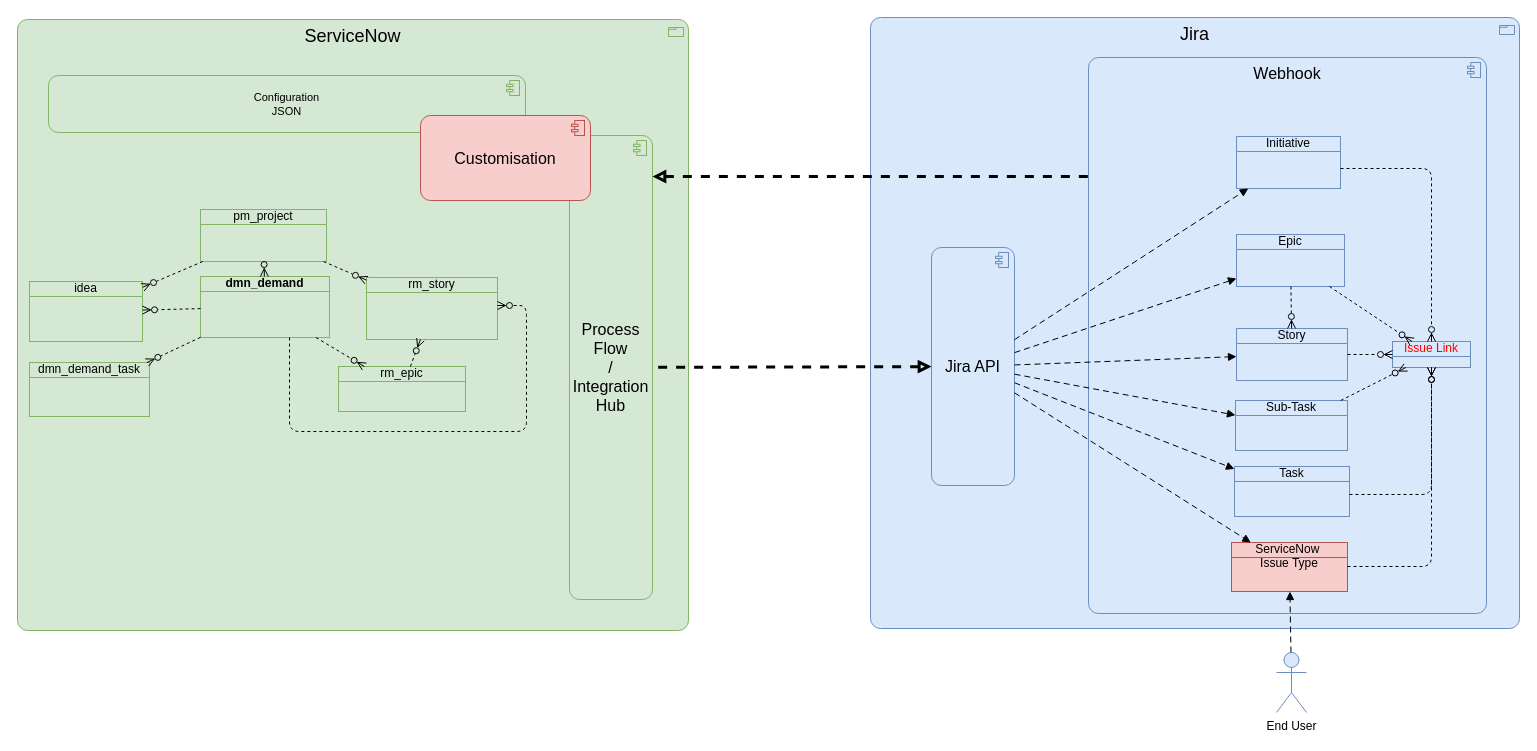
Before: page "integrationHubV2" (19 of 19) of Bosch.drawio in algimas/tmp, a draw.io diagram. Source tidied: cells renumbered, new cells numbered last; positions are measured from the earlier drawing's top-left corner, leaving out a move shared by most shapes. Both pictures are drawn from the tidied source at 100%, with x=0, y=0 at pixel (17, 17).
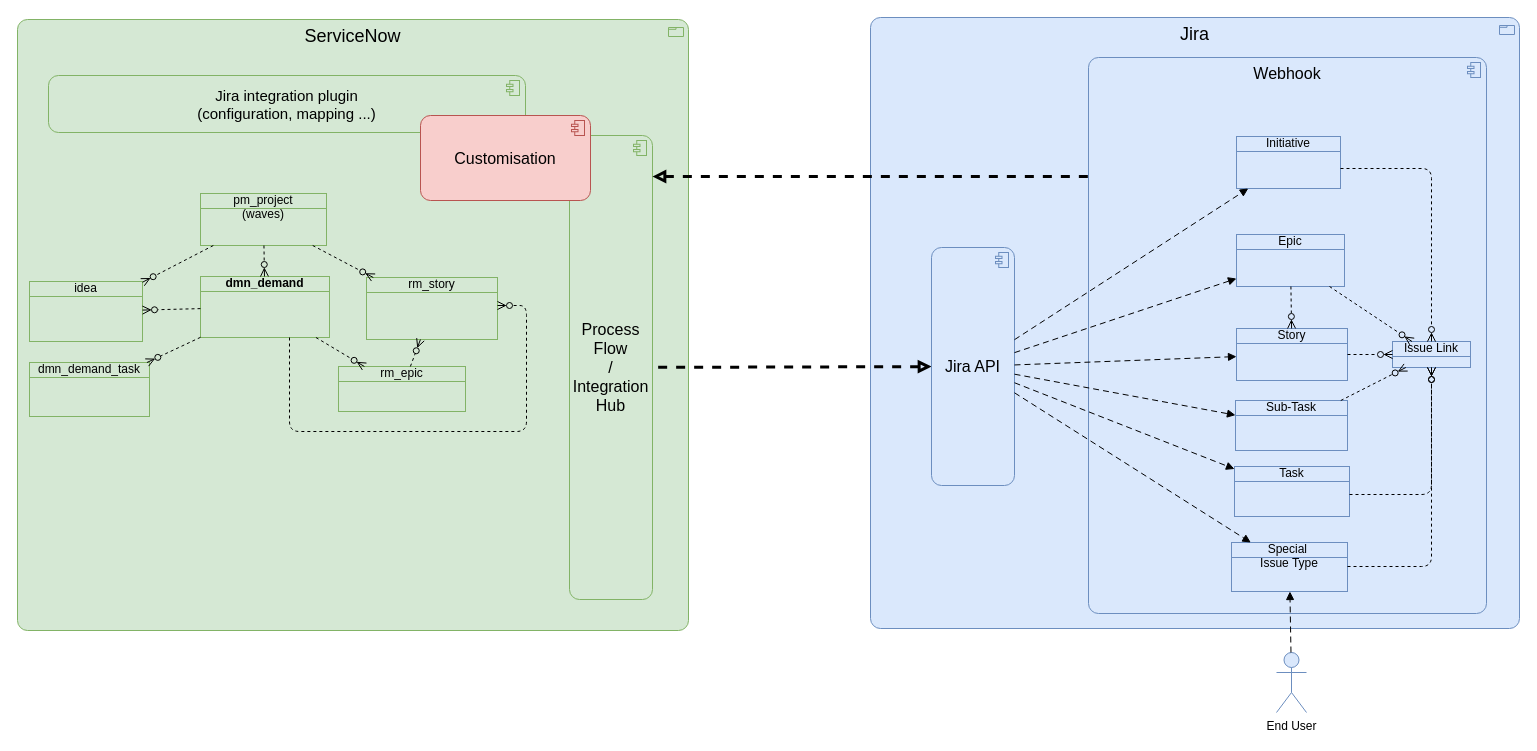
Above is the later version.

The edit, as a diff of the source:
```diff
@@
-    <mxCell id="8" value="&lt;div&gt;Configuration&lt;/div&gt;JSON" style="html=1;whiteSpace=wrap;fillColor=#d5e8d4;shape=mxgraph.archimate3.application;appType=comp;archiType=rounded;strokeColor=#82b366;verticalAlign=middle;fontStyle=0;fontSize=11;" parent="1" vertex="1">
+    <mxCell id="8" value="&lt;div&gt;Jira integration plugin&lt;/div&gt;&lt;div&gt;(configuration, mapping ...)&lt;/div&gt;" style="html=1;whiteSpace=wrap;fillColor=#d5e8d4;shape=mxgraph.archimate3.application;appType=comp;archiType=rounded;strokeColor=#82b366;verticalAlign=middle;fontStyle=0;fontSize=15;" parent="1" vertex="1">
       <mxGeometry x="31" y="58" width="477" height="57" as="geometry" />
     </mxCell>
@@
-    <mxCell id="26" value="pm_project" style="html=1;outlineConnect=0;whiteSpace=wrap;fillColor=#d5e8d4;shape=mxgraph.archimate3.businessObject;overflow=fill;strokeColor=#82b366;" parent="1" vertex="1">
-      <mxGeometry x="183" y="192" width="126" height="52" as="geometry" />
+    <mxCell id="26" value="pm_project&lt;div&gt;(waves)&lt;/div&gt;" style="html=1;outlineConnect=0;whiteSpace=wrap;fillColor=#d5e8d4;shape=mxgraph.archimate3.businessObject;overflow=fill;strokeColor=#82b366;" parent="1" vertex="1">
+      <mxGeometry x="183" y="176" width="126" height="52" as="geometry" />
     </mxCell>
@@
-    <mxCell id="31" value="&lt;font style=&quot;color: rgb(255, 0, 0);&quot;&gt;Issue Link&lt;/font&gt;" style="html=1;outlineConnect=0;whiteSpace=wrap;fillColor=#dae8fc;shape=mxgraph.archimate3.businessObject;overflow=fill;strokeColor=#6c8ebf;" parent="1" vertex="1">
+    <mxCell id="31" value="&lt;font style=&quot;color: rgb(0, 0, 0);&quot;&gt;Issue Link&lt;/font&gt;" style="html=1;outlineConnect=0;whiteSpace=wrap;fillColor=#dae8fc;shape=mxgraph.archimate3.businessObject;overflow=fill;strokeColor=#6c8ebf;" parent="1" vertex="1">
       <mxGeometry x="1375" y="324" width="78" height="26" as="geometry" />
     </mxCell>
@@
-    <mxCell id="42" value="ServiceNow&amp;nbsp;&lt;div&gt;&lt;span style=&quot;background-color: transparent; color: light-dark(rgb(0, 0, 0), rgb(255, 255, 255));&quot;&gt;Issue Type&lt;/span&gt;&lt;/div&gt;" style="html=1;outlineConnect=0;whiteSpace=wrap;fillColor=#f8cecc;shape=mxgraph.archimate3.businessObject;overflow=fill;strokeColor=#b85450;" parent="1" vertex="1">
+    <mxCell id="42" value="Special&amp;nbsp;&lt;div&gt;&lt;span style=&quot;background-color: transparent; color: light-dark(rgb(0, 0, 0), rgb(255, 255, 255));&quot;&gt;Issue Type&lt;/span&gt;&lt;/div&gt;" style="html=1;outlineConnect=0;whiteSpace=wrap;fillColor=#dae8fc;shape=mxgraph.archimate3.businessObject;overflow=fill;strokeColor=#6c8ebf;" parent="1" vertex="1">
       <mxGeometry x="1214" y="525" width="116" height="49" as="geometry" />
     </mxCell>
```
